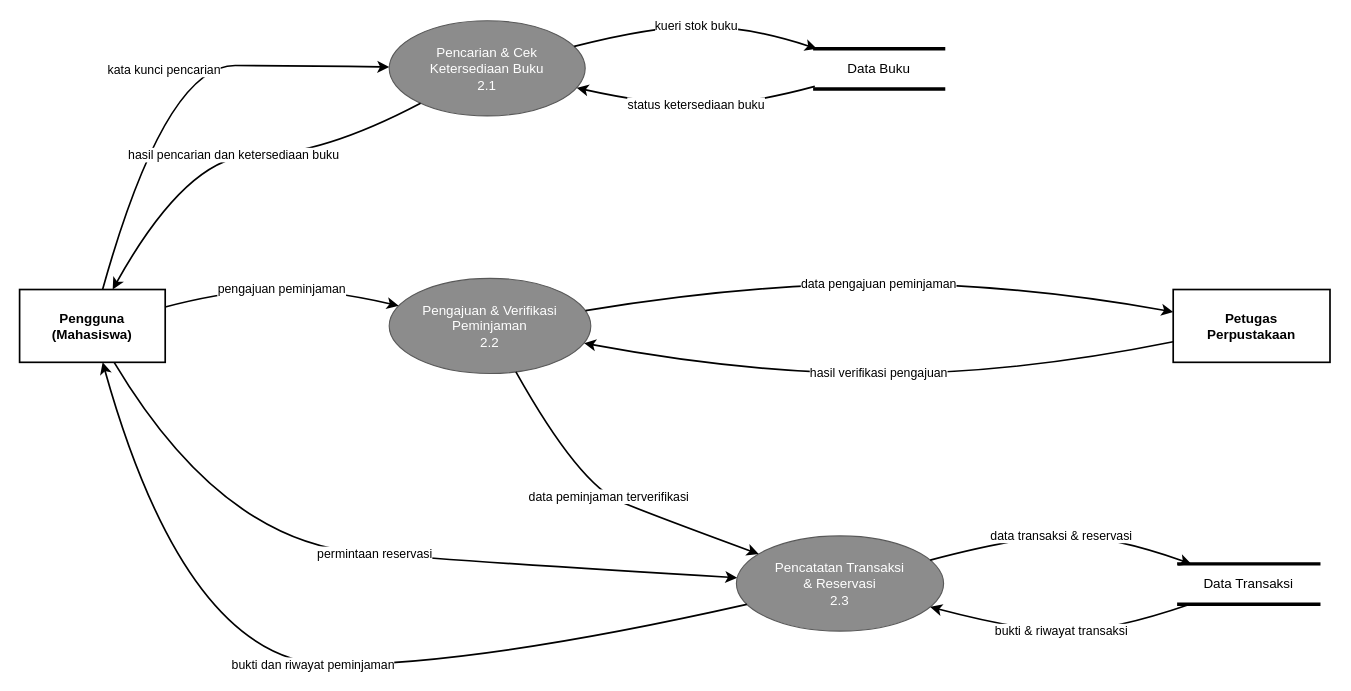
The draw.io diagram lvl1 pinjam.drawio in ding317/ding317, before the edit. Source tidied: cells renumbered, new cells numbered last; positions are measured from the earlier drawing's top-left corner, leaving out a move shared by most shapes. Both pictures are drawn from the tidied source at 112%, with x=0, y=0 at pixel (19, 20).
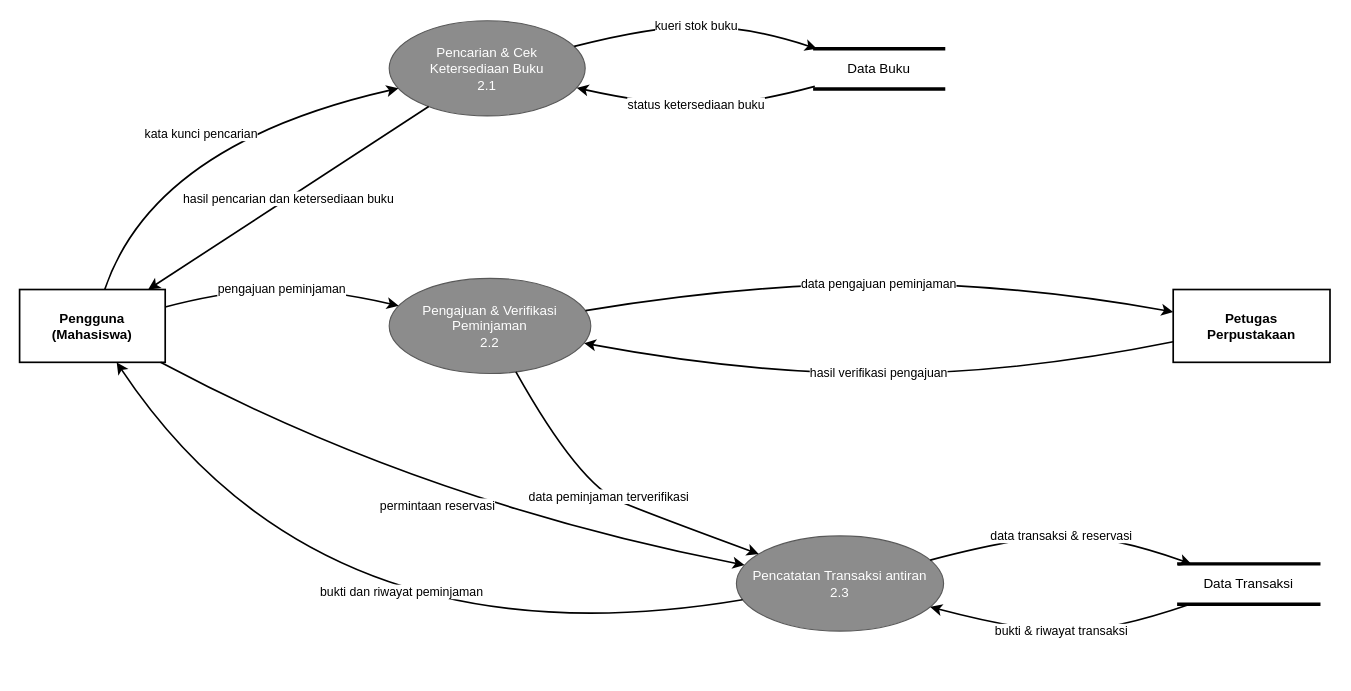
The same page after the edit.

The change refers to these unchanged cells:
```xml
<mxCell id="2" value="Pengguna&lt;br&gt;(Mahasiswa)" style="rounded=0;whiteSpace=wrap;html=1;fillColor=#FFFFFF;strokeColor=#000000;strokeWidth=1.5;fontColor=#000000;fontSize=12;fontStyle=1;" parent="1" vertex="1">
  <mxGeometry y="240" width="130" height="65" as="geometry" />
</mxCell>
<mxCell id="4" value="Pencarian &amp; Cek&lt;br&gt;Ketersediaan Buku&lt;br&gt;2.1" style="ellipse;whiteSpace=wrap;html=1;fillColor=#8C8C8C;strokeColor=#595959;fontColor=#FFFFFF;fontSize=12;" parent="1" vertex="1">
  <mxGeometry x="330" width="175" height="85" as="geometry" />
</mxCell>
```

The edit, as a diff of the source:
```diff
@@
-    <mxCell id="6" value="Pencatatan Transaksi&lt;br&gt;&amp; Reservasi&lt;br&gt;2.3" style="ellipse;whiteSpace=wrap;html=1;fillColor=#8C8C8C;strokeColor=#595959;fontColor=#FFFFFF;fontSize=12;" parent="1" vertex="1">
+    <mxCell id="6" value="Pencatatan Transaksi antiran&lt;br&gt;2.3" style="ellipse;whiteSpace=wrap;html=1;fillColor=#8C8C8C;strokeColor=#595959;fontColor=#FFFFFF;fontSize=12;" parent="1" vertex="1">
       <mxGeometry x="640" y="460" width="185" height="85" as="geometry" />
     </mxCell>
@@
     <mxCell id="9" value="kata kunci pencarian" style="curved=1;endArrow=classic;html=1;strokeWidth=1.5;strokeColor=#000000;fontColor=#000000;fontSize=11;labelBackgroundColor=#FFFFFF;" parent="1" edge="1" source="2" target="4">
       <mxGeometry relative="1" as="geometry">
         <Array as="points">
-          <mxPoint x="130" y="40" />
-          <mxPoint x="255" y="40" />
+          <mxPoint x="120" y="110" />
         </Array>
       </mxGeometry>
     </mxCell>
     <mxCell id="10" value="hasil pencarian dan ketersediaan buku" style="curved=1;endArrow=classic;html=1;strokeWidth=1.5;strokeColor=#000000;fontColor=#000000;fontSize=11;labelBackgroundColor=#FFFFFF;" parent="1" edge="1" source="4" target="2">
-      <mxGeometry relative="1" as="geometry">
-        <Array as="points">
-          <mxPoint x="270" y="120" />
-          <mxPoint x="150" y="120" />
-        </Array>
-      </mxGeometry>
+      <mxGeometry relative="1" as="geometry" />
     </mxCell>
@@
     <mxCell id="17" value="permintaan reservasi" style="curved=1;endArrow=classic;html=1;strokeWidth=1.5;strokeColor=#000000;fontColor=#000000;fontSize=11;labelBackgroundColor=#FFFFFF;" parent="1" edge="1" source="2" target="6">
       <mxGeometry relative="1" as="geometry">
         <Array as="points">
-          <mxPoint x="180" y="465" />
-          <mxPoint x="430" y="485" />
+          <mxPoint x="360" y="430" />
         </Array>
       </mxGeometry>
     </mxCell>
     <mxCell id="18" value="bukti dan riwayat peminjaman" style="curved=1;endArrow=classic;html=1;strokeWidth=1.5;strokeColor=#000000;fontColor=#000000;fontSize=11;labelBackgroundColor=#FFFFFF;" parent="1" edge="1" source="6" target="2">
-      <mxGeometry relative="1" as="geometry">
+      <mxGeometry x="-0.16" y="-57" relative="1" as="geometry">
         <Array as="points">
-          <mxPoint x="410" y="575" />
-          <mxPoint x="150" y="575" />
+          <mxPoint x="270" y="580" />
         </Array>
       </mxGeometry>
     </mxCell>
```
